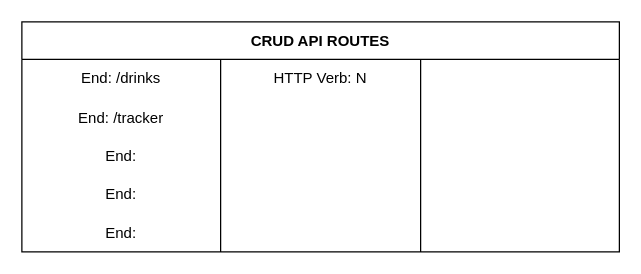
Before: planning/endpoint.drawio in scmh001/react-hooks-phase-2-project, a draw.io diagram. Source tidied: cells renumbered, new cells numbered last; positions are measured from the earlier drawing's top-left corner, leaving out a move shared by most shapes. Both pictures are drawn from the tidied source at 125%, with x=0, y=0 at pixel (21, 21).
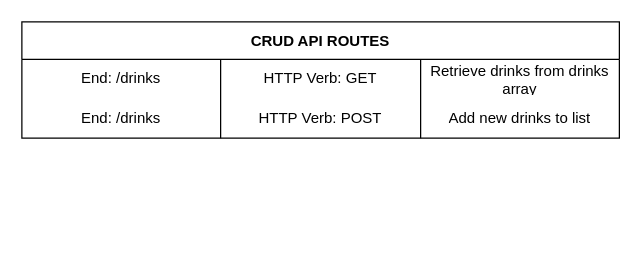
The same diagram, later.

The change refers to these unchanged cells:
```xml
<mxCell id="3" style="shape=tableRow;horizontal=0;startSize=0;swimlaneHead=0;swimlaneBody=0;top=0;left=0;bottom=0;right=0;fillColor=none;strokeColor=default;" parent="2" vertex="1">
  <mxGeometry y="30" width="478" height="30" as="geometry" />
</mxCell>
<mxCell id="7" style="shape=tableRow;horizontal=0;startSize=0;swimlaneHead=0;swimlaneBody=0;top=0;left=0;bottom=0;right=0;fillColor=none;strokeColor=default;" parent="2" vertex="1">
  <mxGeometry y="60" width="478" height="33" as="geometry" />
</mxCell>
```

Diff of the diagram source:
```diff
@@
     <mxCell id="2" value="CRUD API ROUTES" style="shape=table;startSize=30;childLayout=tableLayout;rowLines=0;fontStyle=1;strokeColor=default;fillColor=none;" parent="1" vertex="1">
-      <mxGeometry width="478" height="184" as="geometry" />
+      <mxGeometry width="478" height="93" as="geometry" />
     </mxCell>
@@
-    <mxCell id="5" value="HTTP Verb: N" style="shape=partialRectangle;html=1;whiteSpace=wrap;fillColor=none;top=0;left=0;bottom=0;right=0;overflow=hidden;strokeColor=default;" parent="3" vertex="1">
+    <mxCell id="5" value="HTTP Verb: GET" style="shape=partialRectangle;html=1;whiteSpace=wrap;fillColor=none;top=0;left=0;bottom=0;right=0;overflow=hidden;strokeColor=default;fontSize=12;" parent="3" vertex="1">
       <mxGeometry x="159" width="160" height="30" as="geometry" />
     </mxCell>
-    <mxCell id="6" style="shape=partialRectangle;html=1;whiteSpace=wrap;fillColor=none;top=0;left=0;bottom=0;right=0;overflow=hidden;strokeColor=default;" parent="3" vertex="1">
+    <mxCell id="6" value="Retrieve drinks from drinks array" style="shape=partialRectangle;html=1;whiteSpace=wrap;fillColor=none;top=0;left=0;bottom=0;right=0;overflow=hidden;strokeColor=default;" parent="3" vertex="1">
       <mxGeometry x="319" width="159" height="30" as="geometry" />
     </mxCell>
@@
-    <mxCell id="8" value="End: /tracker" style="shape=partialRectangle;html=1;whiteSpace=wrap;fillColor=none;top=0;left=0;bottom=0;right=0;overflow=hidden;strokeColor=default;" parent="7" vertex="1">
+    <mxCell id="8" value="End: /drinks" style="shape=partialRectangle;html=1;whiteSpace=wrap;fillColor=none;top=0;left=0;bottom=0;right=0;overflow=hidden;strokeColor=default;" parent="7" vertex="1">
       <mxGeometry width="159" height="33" as="geometry" />
     </mxCell>
-    <mxCell id="9" style="shape=partialRectangle;html=1;whiteSpace=wrap;fillColor=none;top=0;left=0;bottom=0;right=0;overflow=hidden;strokeColor=default;" parent="7" vertex="1">
+    <mxCell id="9" value="HTTP Verb: POST" style="shape=partialRectangle;html=1;whiteSpace=wrap;fillColor=none;top=0;left=0;bottom=0;right=0;overflow=hidden;strokeColor=default;" parent="7" vertex="1">
       <mxGeometry x="159" width="160" height="33" as="geometry" />
     </mxCell>
-    <mxCell id="10" style="shape=partialRectangle;html=1;whiteSpace=wrap;fillColor=none;top=0;left=0;bottom=0;right=0;overflow=hidden;strokeColor=default;" parent="7" vertex="1">
+    <mxCell id="10" value="Add new drinks to list" style="shape=partialRectangle;html=1;whiteSpace=wrap;fillColor=none;top=0;left=0;bottom=0;right=0;overflow=hidden;strokeColor=default;" parent="7" vertex="1">
       <mxGeometry x="319" width="159" height="33" as="geometry" />
     </mxCell>
-    <mxCell id="11" style="shape=tableRow;horizontal=0;startSize=0;swimlaneHead=0;swimlaneBody=0;top=0;left=0;bottom=0;right=0;fillColor=none;strokeColor=default;" parent="2" vertex="1">
-      <mxGeometry y="93" width="478" height="30" as="geometry" />
-    </mxCell>
-    <mxCell id="12" value="End:" style="shape=partialRectangle;html=1;whiteSpace=wrap;fillColor=none;top=0;left=0;bottom=0;right=0;overflow=hidden;strokeColor=default;" parent="11" vertex="1">
-      <mxGeometry width="159" height="30" as="geometry" />
-    </mxCell>
-    <mxCell id="13" style="shape=partialRectangle;html=1;whiteSpace=wrap;fillColor=none;top=0;left=0;bottom=0;right=0;overflow=hidden;strokeColor=default;" parent="11" vertex="1">
-      <mxGeometry x="159" width="160" height="30" as="geometry" />
-    </mxCell>
-    <mxCell id="14" style="shape=partialRectangle;html=1;whiteSpace=wrap;fillColor=none;top=0;left=0;bottom=0;right=0;overflow=hidden;strokeColor=default;" parent="11" vertex="1">
-      <mxGeometry x="319" width="159" height="30" as="geometry" />
-    </mxCell>
-    <mxCell id="15" style="shape=tableRow;horizontal=0;startSize=0;swimlaneHead=0;swimlaneBody=0;top=0;left=0;bottom=0;right=0;fillColor=none;strokeColor=default;" parent="2" vertex="1">
-      <mxGeometry y="123" width="478" height="30" as="geometry" />
-    </mxCell>
-    <mxCell id="16" value="End:" style="shape=partialRectangle;html=1;whiteSpace=wrap;fillColor=none;top=0;left=0;bottom=0;right=0;overflow=hidden;strokeColor=default;" parent="15" vertex="1">
-      <mxGeometry width="159" height="30" as="geometry" />
-    </mxCell>
-    <mxCell id="17" style="shape=partialRectangle;html=1;whiteSpace=wrap;fillColor=none;top=0;left=0;bottom=0;right=0;overflow=hidden;strokeColor=default;" parent="15" vertex="1">
-      <mxGeometry x="159" width="160" height="30" as="geometry" />
-    </mxCell>
-    <mxCell id="18" style="shape=partialRectangle;html=1;whiteSpace=wrap;fillColor=none;top=0;left=0;bottom=0;right=0;overflow=hidden;strokeColor=default;" parent="15" vertex="1">
-      <mxGeometry x="319" width="159" height="30" as="geometry" />
-    </mxCell>
-    <mxCell id="19" style="shape=tableRow;horizontal=0;startSize=0;swimlaneHead=0;swimlaneBody=0;top=0;left=0;bottom=0;right=0;fillColor=none;strokeColor=default;" parent="2" vertex="1">
-      <mxGeometry y="153" width="478" height="31" as="geometry" />
-    </mxCell>
-    <mxCell id="20" value="End:" style="shape=partialRectangle;html=1;whiteSpace=wrap;fillColor=none;top=0;left=0;bottom=0;right=0;overflow=hidden;strokeColor=default;" parent="19" vertex="1">
-      <mxGeometry width="159" height="31" as="geometry" />
-    </mxCell>
-    <mxCell id="21" style="shape=partialRectangle;html=1;whiteSpace=wrap;fillColor=none;top=0;left=0;bottom=0;right=0;overflow=hidden;strokeColor=default;" parent="19" vertex="1">
-      <mxGeometry x="159" width="160" height="31" as="geometry" />
-    </mxCell>
-    <mxCell id="22" style="shape=partialRectangle;html=1;whiteSpace=wrap;fillColor=none;top=0;left=0;bottom=0;right=0;overflow=hidden;strokeColor=default;" parent="19" vertex="1">
-      <mxGeometry x="319" width="159" height="31" as="geometry" />
-    </mxCell>
```
